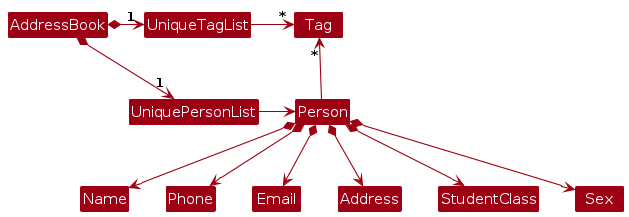
Earlier version of the PlantUML export diagrams/BetterModelClassDiagram.png (AY2425S1-CS2103-F12-4/tp). Its source is kept beside it as diagrams/BetterModelClassDiagram.puml.
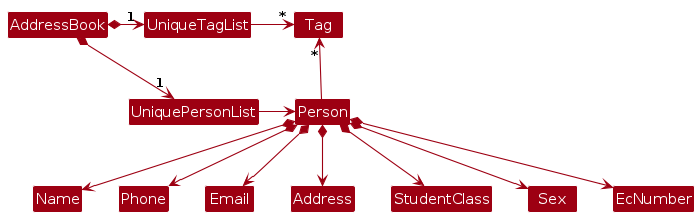
Above is the later version.

Diff of the diagram source:
```diff
@@ -20,4 +20,5 @@
 Person *--> Address
 Person *--> StudentClass
 Person *--> Sex
+Person *--> EcNumber
 @enduml
```
